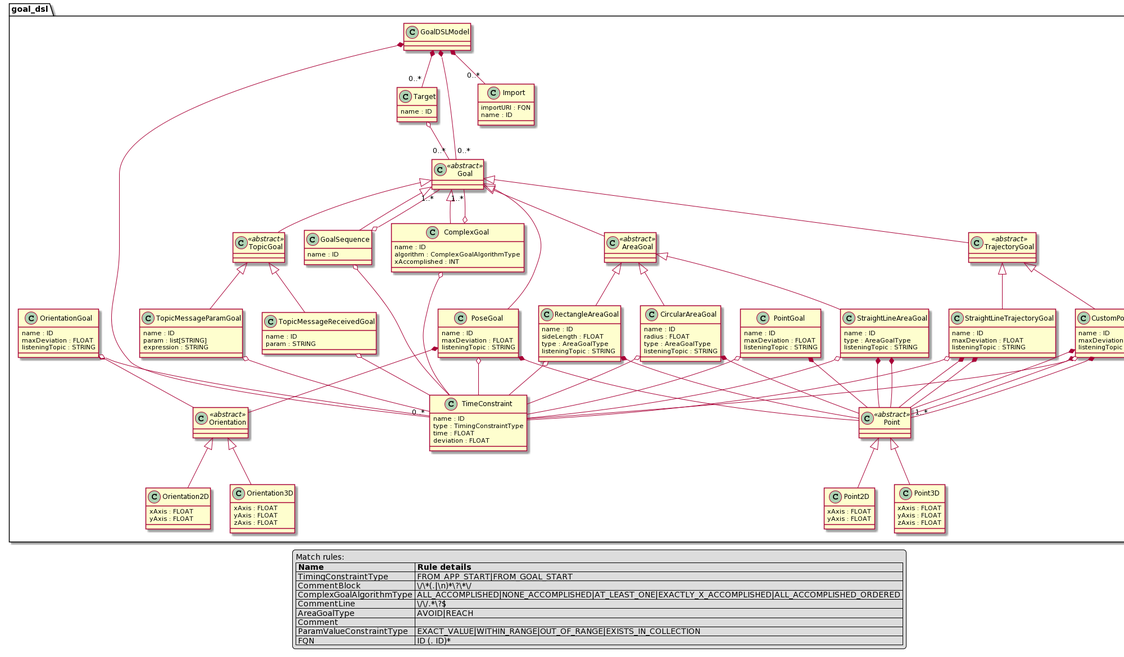
Before: docs/images/GoalDSLMetamodel.png, a diagram exported from PlantUML (robotics-4-all/goal-dsl).
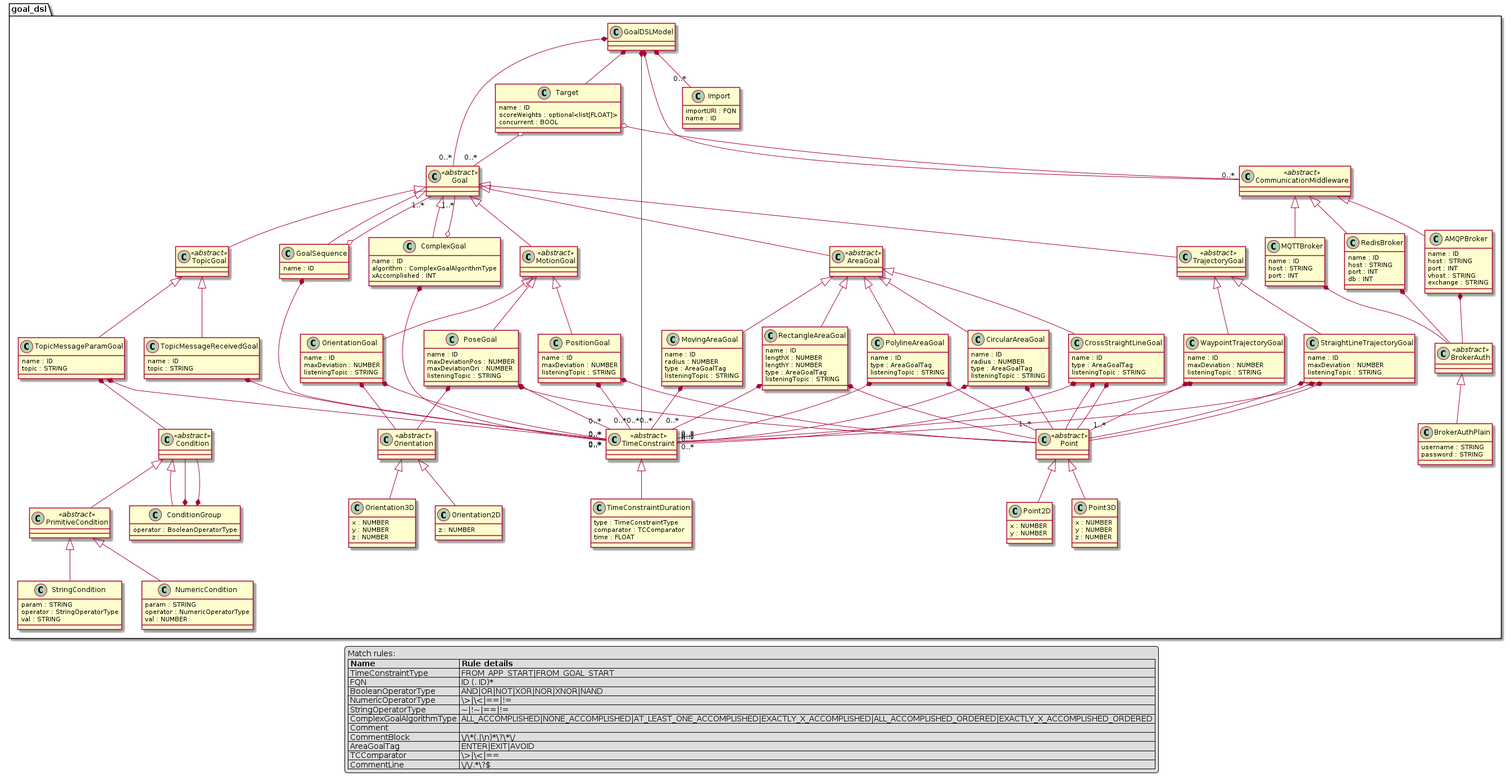
Later version of the same file.

Change to the diagram source:
```diff
@@ -14,10 +14,7 @@
 }
 
 
-class goal_dsl.PoseGoal  {
-  name : ID
-  maxDeviation : FLOAT
-  listeningTopic : STRING
+class goal_dsl.MotionGoal <<abstract>> {
 }
 
 
@@ -29,8 +26,48 @@
 }
 
 
+class goal_dsl.CommunicationMiddleware <<abstract>> {
+}
+
+
+class goal_dsl.BrokerAuth <<abstract>> {
+}
+
+
+class goal_dsl.BrokerAuthPlain  {
+  username : STRING
+  password : STRING
+}
+
+
+class goal_dsl.AMQPBroker  {
+  name : ID
+  host : STRING
+  port : INT
+  vhost : STRING
+  exchange : STRING
+}
+
+
+class goal_dsl.MQTTBroker  {
+  name : ID
+  host : STRING
+  port : INT
+}
+
+
+class goal_dsl.RedisBroker  {
+  name : ID
+  host : STRING
+  port : INT
+  db : INT
+}
+
+
 class goal_dsl.Target  {
   name : ID
+  scoreWeights : optional<list[FLOAT]>
+  concurrent : BOOL
 }
 
 
@@ -46,66 +83,116 @@
 }
 
 
+class goal_dsl.Condition <<abstract>> {
+}
+
+
+class goal_dsl.ConditionGroup  {
+  operator : BooleanOperatorType
+}
+
+
+class goal_dsl.PrimitiveCondition <<abstract>> {
+}
+
+
+class goal_dsl.StringCondition  {
+  param : STRING
+  operator : StringOperatorType
+  val : STRING
+}
+
+
+class goal_dsl.NumericCondition  {
+  param : STRING
+  operator : NumericOperatorType
+  val : NUMBER
+}
+
+
 class goal_dsl.TopicMessageReceivedGoal  {
   name : ID
-  param : STRING
+  topic : STRING
 }
 
 
 class goal_dsl.TopicMessageParamGoal  {
   name : ID
-  param : list[STRING]
-  expression : STRING
+  topic : STRING
 }
 
 
 class goal_dsl.RectangleAreaGoal  {
   name : ID
-  sideLength : FLOAT
-  type : AreaGoalType
+  lengthX : NUMBER
+  lengthY : NUMBER
+  type : AreaGoalTag
+  listeningTopic : STRING
+}
+
+
+class goal_dsl.PolylineAreaGoal  {
+  name : ID
+  type : AreaGoalTag
+  listeningTopic : STRING
+}
+
+
+class goal_dsl.MovingAreaGoal  {
+  name : ID
+  radius : NUMBER
+  type : AreaGoalTag
   listeningTopic : STRING
 }
 
 
 class goal_dsl.CircularAreaGoal  {
   name : ID
-  radius : FLOAT
-  type : AreaGoalType
+  radius : NUMBER
+  type : AreaGoalTag
   listeningTopic : STRING
 }
 
 
-class goal_dsl.StraightLineAreaGoal  {
+class goal_dsl.CrossStraightLineGoal  {
   name : ID
-  type : AreaGoalType
+  type : AreaGoalTag
   listeningTopic : STRING
 }
 
 
 class goal_dsl.StraightLineTrajectoryGoal  {
   name : ID
-  maxDeviation : FLOAT
+  maxDeviation : NUMBER
   listeningTopic : STRING
 }
 
 
-class goal_dsl.CustomPointsTrajectoryGoal  {
+class goal_dsl.WaypointTrajectoryGoal  {
   name : ID
-  maxDeviation : FLOAT
+  maxDeviation : NUMBER
+  listeningTopic : STRING
+}
+
+
+class goal_dsl.PoseGoal  {
+  name : ID
+  maxDeviationPos : NUMBER
+  maxDeviationOri : NUMBER
   listeningTopic : STRING
 }
 
 
 class goal_dsl.OrientationGoal  {
   name : ID
-  maxDeviation : FLOAT
+  maxDeviation : NUMBER
   listeningTopic : STRING
 }
 
 
-class goal_dsl.PointGoal  {
+class goal_dsl.PositionGoal  {
   name : ID
-  maxDeviation : FLOAT
+  maxDeviation : NUMBER
   listeningTopic : STRING
 }
 
@@ -119,36 +206,38 @@
 
 
 class goal_dsl.Point2D  {
-  xAxis : FLOAT
-  yAxis : FLOAT
+  x : NUMBER
+  y : NUMBER
 }
 
 
 class goal_dsl.Point3D  {
-  xAxis : FLOAT
-  yAxis : FLOAT
-  zAxis : FLOAT
+  x : NUMBER
+  y : NUMBER
+  z : NUMBER
 }
 
 
 class goal_dsl.Orientation2D  {
-  xAxis : FLOAT
-  yAxis : FLOAT
+  z : NUMBER
 }
 
 
 class goal_dsl.Orientation3D  {
-  xAxis : FLOAT
-  yAxis : FLOAT
-  zAxis : FLOAT
+  x : NUMBER
+  y : NUMBER
+  z : NUMBER
 }
 
 
-class goal_dsl.TimeConstraint  {
-  name : ID
-  type : TimingConstraintType
+class goal_dsl.TimeConstraint <<abstract>> {
+}
+
+
+class goal_dsl.TimeConstraintDuration  {
+  type : TimeConstraintType
+  comparator : TCComparator
   time : FLOAT
-  deviation : FLOAT
 }
 
 
@@ -159,65 +248,92 @@
 
 
 goal_dsl.GoalDSLModel *-- "0..*" goal_dsl.Import
-goal_dsl.GoalDSLModel *-- "0..*" goal_dsl.Target
+goal_dsl.GoalDSLModel *-- goal_dsl.Target
 goal_dsl.GoalDSLModel *-- "0..*" goal_dsl.Goal
 goal_dsl.GoalDSLModel *-- "0..*" goal_dsl.TimeConstraint
+goal_dsl.GoalDSLModel *-- "0..*" goal_dsl.CommunicationMiddleware
 goal_dsl.Goal <|-- goal_dsl.TopicGoal
 goal_dsl.Goal <|-- goal_dsl.AreaGoal
-goal_dsl.Goal <|-- goal_dsl.PoseGoal
+goal_dsl.Goal <|-- goal_dsl.MotionGoal
 goal_dsl.Goal <|-- goal_dsl.TrajectoryGoal
 goal_dsl.Goal <|-- goal_dsl.ComplexGoal
 goal_dsl.Goal <|-- goal_dsl.GoalSequence
 goal_dsl.AreaGoal <|-- goal_dsl.RectangleAreaGoal
 goal_dsl.AreaGoal <|-- goal_dsl.CircularAreaGoal
-goal_dsl.AreaGoal <|-- goal_dsl.StraightLineAreaGoal
-goal_dsl.PoseGoal *-- goal_dsl.Orientation
-goal_dsl.PoseGoal *-- goal_dsl.Point
-goal_dsl.PoseGoal o-- goal_dsl.TimeConstraint
+goal_dsl.AreaGoal <|-- goal_dsl.CrossStraightLineGoal
+goal_dsl.AreaGoal <|-- goal_dsl.MovingAreaGoal
+goal_dsl.AreaGoal <|-- goal_dsl.PolylineAreaGoal
+goal_dsl.MotionGoal <|-- goal_dsl.OrientationGoal
+goal_dsl.MotionGoal <|-- goal_dsl.PositionGoal
+goal_dsl.MotionGoal <|-- goal_dsl.PoseGoal
 goal_dsl.TopicGoal <|-- goal_dsl.TopicMessageReceivedGoal
 goal_dsl.TopicGoal <|-- goal_dsl.TopicMessageParamGoal
 goal_dsl.TrajectoryGoal <|-- goal_dsl.StraightLineTrajectoryGoal
-goal_dsl.TrajectoryGoal <|-- goal_dsl.CustomPointsTrajectoryGoal
+goal_dsl.TrajectoryGoal <|-- goal_dsl.WaypointTrajectoryGoal
+goal_dsl.CommunicationMiddleware <|-- goal_dsl.AMQPBroker
+goal_dsl.CommunicationMiddleware <|-- goal_dsl.MQTTBroker
+goal_dsl.CommunicationMiddleware <|-- goal_dsl.RedisBroker
+goal_dsl.BrokerAuth <|-- goal_dsl.BrokerAuthPlain
+goal_dsl.AMQPBroker *-- goal_dsl.BrokerAuth
+goal_dsl.MQTTBroker *-- goal_dsl.BrokerAuth
+goal_dsl.RedisBroker *-- goal_dsl.BrokerAuth
 goal_dsl.Target o-- "0..*" goal_dsl.Goal
+goal_dsl.Target o-- goal_dsl.CommunicationMiddleware
 goal_dsl.GoalSequence o-- "1..*" goal_dsl.Goal
-goal_dsl.GoalSequence o-- goal_dsl.TimeConstraint
-goal_dsl.ComplexGoal o-- goal_dsl.TimeConstraint
+goal_dsl.GoalSequence *-- "0..*" goal_dsl.TimeConstraint
+goal_dsl.ComplexGoal *-- "0..*" goal_dsl.TimeConstraint
 goal_dsl.ComplexGoal o-- "1..*" goal_dsl.Goal
-goal_dsl.TopicMessageReceivedGoal o-- goal_dsl.TimeConstraint
-goal_dsl.TopicMessageParamGoal o-- goal_dsl.TimeConstraint
+goal_dsl.Condition <|-- goal_dsl.ConditionGroup
+goal_dsl.Condition <|-- goal_dsl.PrimitiveCondition
+goal_dsl.ConditionGroup *-- goal_dsl.Condition
+goal_dsl.ConditionGroup *-- goal_dsl.Condition
+goal_dsl.PrimitiveCondition <|-- goal_dsl.StringCondition
+goal_dsl.PrimitiveCondition <|-- goal_dsl.NumericCondition
+goal_dsl.TopicMessageReceivedGoal *-- "0..*" goal_dsl.TimeConstraint
+goal_dsl.TopicMessageParamGoal *-- goal_dsl.Condition
+goal_dsl.TopicMessageParamGoal *-- "0..*" goal_dsl.TimeConstraint
 goal_dsl.RectangleAreaGoal *-- goal_dsl.Point
-goal_dsl.RectangleAreaGoal o-- goal_dsl.TimeConstraint
+goal_dsl.RectangleAreaGoal *-- "0..*" goal_dsl.TimeConstraint
+goal_dsl.PolylineAreaGoal *-- "1..*" goal_dsl.Point
+goal_dsl.PolylineAreaGoal *-- "0..*" goal_dsl.TimeConstraint
+goal_dsl.MovingAreaGoal *-- "0..*" goal_dsl.TimeConstraint
 goal_dsl.CircularAreaGoal *-- goal_dsl.Point
-goal_dsl.CircularAreaGoal o-- goal_dsl.TimeConstraint
-goal_dsl.StraightLineAreaGoal *-- goal_dsl.Point
-goal_dsl.StraightLineAreaGoal *-- goal_dsl.Point
-goal_dsl.StraightLineAreaGoal o-- goal_dsl.TimeConstraint
+goal_dsl.CircularAreaGoal *-- "0..*" goal_dsl.TimeConstraint
+goal_dsl.CrossStraightLineGoal *-- goal_dsl.Point
+goal_dsl.CrossStraightLineGoal *-- goal_dsl.Point
+goal_dsl.CrossStraightLineGoal *-- "0..*" goal_dsl.TimeConstraint
 goal_dsl.StraightLineTrajectoryGoal *-- goal_dsl.Point
 goal_dsl.StraightLineTrajectoryGoal *-- goal_dsl.Point
-goal_dsl.StraightLineTrajectoryGoal o-- goal_dsl.TimeConstraint
-goal_dsl.CustomPointsTrajectoryGoal *-- goal_dsl.Point
-goal_dsl.CustomPointsTrajectoryGoal *-- goal_dsl.Point
-goal_dsl.CustomPointsTrajectoryGoal *-- "1..*" goal_dsl.Point
-goal_dsl.CustomPointsTrajectoryGoal o-- goal_dsl.TimeConstraint
+goal_dsl.StraightLineTrajectoryGoal *-- "0..*" goal_dsl.TimeConstraint
+goal_dsl.WaypointTrajectoryGoal *-- "1..*" goal_dsl.Point
+goal_dsl.WaypointTrajectoryGoal *-- "0..*" goal_dsl.TimeConstraint
+goal_dsl.PoseGoal *-- goal_dsl.Orientation
+goal_dsl.PoseGoal *-- goal_dsl.Point
+goal_dsl.PoseGoal *-- "0..*" goal_dsl.TimeConstraint
 goal_dsl.OrientationGoal *-- goal_dsl.Orientation
-goal_dsl.OrientationGoal o-- goal_dsl.TimeConstraint
-goal_dsl.PointGoal *-- goal_dsl.Point
-goal_dsl.PointGoal o-- goal_dsl.TimeConstraint
+goal_dsl.OrientationGoal *-- "0..*" goal_dsl.TimeConstraint
+goal_dsl.PositionGoal *-- goal_dsl.Point
+goal_dsl.PositionGoal *-- "0..*" goal_dsl.TimeConstraint
 goal_dsl.Point <|-- goal_dsl.Point2D
 goal_dsl.Point <|-- goal_dsl.Point3D
 goal_dsl.Orientation <|-- goal_dsl.Orientation2D
 goal_dsl.Orientation <|-- goal_dsl.Orientation3D
+goal_dsl.TimeConstraint <|-- goal_dsl.TimeConstraintDuration
 
 legend
   Match rules:
   |= Name  |= Rule details |
-  | TimingConstraintType | FROM_APP_START\|FROM_GOAL_START |
+  | TimeConstraintType | FROM_APP_START\|FROM_GOAL_START |
+  | FQN | ID (. ID)* |
+  | BooleanOperatorType | AND\|OR\|NOT\|XOR\|NOR\|XNOR\|NAND |
+  | NumericOperatorType | \>\|\<\|==\|!= |
+  | StringOperatorType | ~\|!~\|==\|!= |
+  | ComplexGoalAlgorithmType | ALL_ACCOMPLISHED\|NONE_ACCOMPLISHED\|AT_LEAST_ONE_ACCOMPLISHED\|EXACTLY_X_ACCOMPLISHED\|ALL_ACCOMPLISHED_ORDERED\|EXACTLY_X_ACCOMPLISHED_ORDERED |
+  | Comment |  |
   | CommentBlock | \\/\\*(.\|\\n)*\?\\*\\/ |
-  | ComplexGoalAlgorithmType | ALL_ACCOMPLISHED\|NONE_ACCOMPLISHED\|AT_LEAST_ONE\|EXACTLY_X_ACCOMPLISHED\|ALL_ACCOMPLISHED_ORDERED |
+  | AreaGoalTag | ENTER\|EXIT\|AVOID |
+  | TCComparator | \>\|\<\|== |
   | CommentLine | \\/\\/.*\?$ |
-  | AreaGoalType | AVOID\|REACH |
-  | Comment |  |
-  | ParamValueConstraintType | EXACT_VALUE\|WITHIN_RANGE\|OUT_OF_RANGE\|EXISTS_IN_COLLECTION |
-  | FQN | ID (. ID)* |
 end legend
+
 @enduml
```
